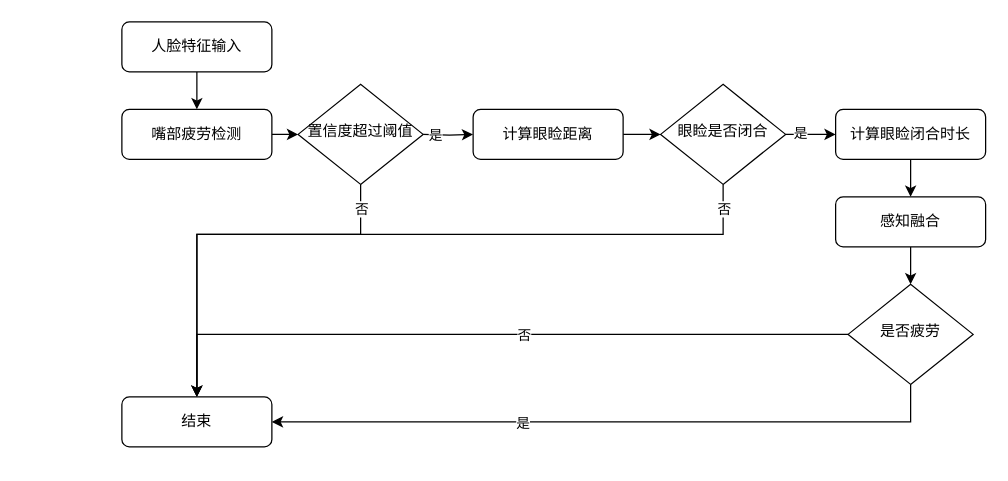
Earlier version of the draw.io diagram page "精神疲劳驾驶检测" (3 of 4) of 疲劳驾驶预警系统算法流程图.drawio (Flhawker/Flow). Source tidied: cells renumbered, new cells numbered last; positions are measured from the earlier drawing's top-left corner, leaving out a move shared by most shapes. Both pictures are drawn from the tidied source at 125%, with x=0, y=0 at pixel (121, 21).
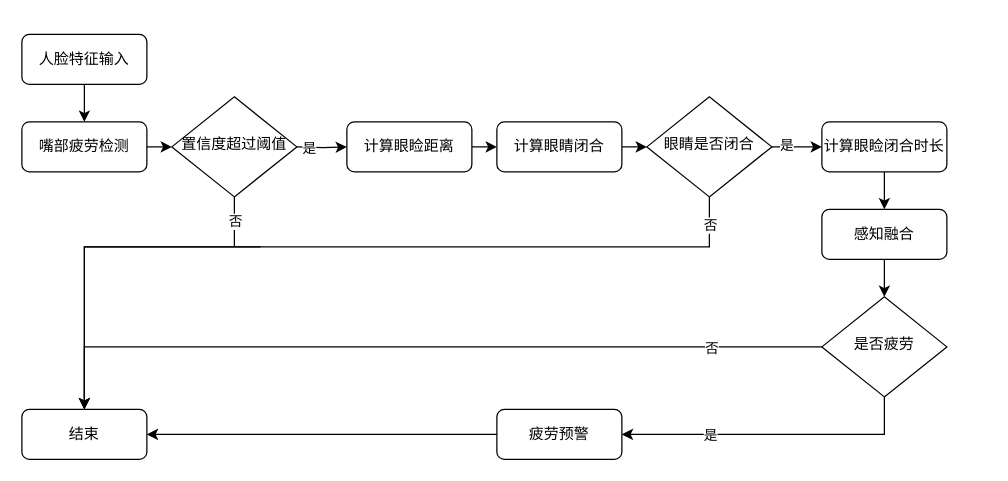
After the change.

What changed in the source:
```diff
@@
     <mxCell id="3" value="嘴部疲劳检测" style="rounded=1;whiteSpace=wrap;html=1;fontSize=12;glass=0;strokeWidth=1;shadow=0;verticalAlign=middle;horizontal=1;" parent="1" vertex="1">
-      <mxGeometry y="70" width="120" height="40" as="geometry" />
+      <mxGeometry x="-80" y="80" width="100" height="40" as="geometry" />
     </mxCell>
@@
     <mxCell id="5" value="人脸特征输入" style="rounded=1;whiteSpace=wrap;html=1;fontSize=12;glass=0;strokeWidth=1;shadow=0;" parent="1" vertex="1">
-      <mxGeometry width="120" height="40" as="geometry" />
+      <mxGeometry x="-80" y="10" width="100" height="40" as="geometry" />
     </mxCell>
     <mxCell id="6" value="结束" style="rounded=1;whiteSpace=wrap;html=1;fontSize=12;glass=0;strokeWidth=1;shadow=0;" parent="1" vertex="1">
-      <mxGeometry y="300" width="120" height="40" as="geometry" />
+      <mxGeometry x="-80" y="310" width="100" height="40" as="geometry" />
     </mxCell>
-    <mxCell id="7" style="edgeStyle=orthogonalEdgeStyle;rounded=0;jettySize=auto;html=1;exitX=1;exitY=0.5;exitDx=0;exitDy=0;entryX=1;entryY=0.5;entryDx=0;entryDy=0;" parent="1" edge="1" source="8" target="18">
+    <mxCell id="7" style="edgeStyle=orthogonalEdgeStyle;rounded=0;jettySize=auto;html=1;exitX=1;exitY=0.5;exitDx=0;exitDy=0;entryX=0;entryY=0.5;entryDx=0;entryDy=0;" parent="1" edge="1" source="8" target="31">
       <mxGeometry relative="1" as="geometry" />
     </mxCell>
     <mxCell id="8" value="计算眼睑距离" style="rounded=1;whiteSpace=wrap;html=1;fontSize=12;glass=0;strokeWidth=1;shadow=0;verticalAlign=middle;horizontal=1;" parent="1" vertex="1">
-      <mxGeometry x="281" y="70" width="120" height="40" as="geometry" />
+      <mxGeometry x="180" y="80" width="100" height="40" as="geometry" />
     </mxCell>
     <mxCell id="9" style="edgeStyle=orthogonalEdgeStyle;rounded=0;jettySize=auto;html=1;" parent="1" edge="1" target="8">
       <mxGeometry relative="1" as="geometry">
-        <mxPoint x="241" y="90" as="sourcePoint" />
+        <mxPoint x="140" y="100" as="sourcePoint" />
       </mxGeometry>
     </mxCell>
@@
     <mxCell id="11" style="edgeStyle=orthogonalEdgeStyle;rounded=0;jettySize=auto;html=1;exitX=0.5;exitY=0;exitDx=0;exitDy=0;entryX=0.5;entryY=0;entryDx=0;entryDy=0;" parent="1" edge="1" source="13" target="6">
       <mxGeometry relative="1" as="geometry">
         <Array as="points">
-          <mxPoint x="191" y="170" />
-          <mxPoint x="60" y="170" />
+          <mxPoint x="111" y="180" />
+          <mxPoint x="-20" y="180" />
         </Array>
       </mxGeometry>
     </mxCell>
@@
     <mxCell id="13" value="置信度超过阈值" style="rhombus;whiteSpace=wrap;html=1;shadow=0;fontFamily=Helvetica;fontSize=12;align=center;strokeWidth=1;spacing=6;spacingTop=-4;direction=west;" parent="1" vertex="1">
-      <mxGeometry x="141" y="50" width="100" height="80" as="geometry" />
+      <mxGeometry x="40" y="60" width="100" height="80" as="geometry" />
     </mxCell>
     <mxCell id="14" style="edgeStyle=orthogonalEdgeStyle;rounded=0;jettySize=auto;html=1;exitX=0.5;exitY=0;exitDx=0;exitDy=0;entryX=0.5;entryY=0;entryDx=0;entryDy=0;" parent="1" edge="1" source="18" target="6">
       <mxGeometry relative="1" as="geometry">
         <Array as="points">
-          <mxPoint x="481" y="170" />
-          <mxPoint x="60" y="170" />
+          <mxPoint x="470" y="180" />
+          <mxPoint x="-30" y="180" />
         </Array>
       </mxGeometry>
     </mxCell>
@@
-    <mxCell id="18" value="眼睑是否闭合" style="rhombus;whiteSpace=wrap;html=1;shadow=0;fontFamily=Helvetica;fontSize=12;align=center;strokeWidth=1;spacing=6;spacingTop=-4;direction=west;" parent="1" vertex="1">
-      <mxGeometry x="431" y="50" width="100" height="80" as="geometry" />
+    <mxCell id="18" value="眼睛是否闭合" style="rhombus;whiteSpace=wrap;html=1;shadow=0;fontFamily=Helvetica;fontSize=12;align=center;strokeWidth=1;spacing=6;spacingTop=-4;direction=west;" parent="1" vertex="1">
+      <mxGeometry x="420" y="60" width="100" height="80" as="geometry" />
     </mxCell>
@@
     <mxCell id="20" value="计算眼睑闭合时长" style="rounded=1;whiteSpace=wrap;html=1;fontSize=12;glass=0;strokeWidth=1;shadow=0;verticalAlign=middle;horizontal=1;" parent="1" vertex="1">
-      <mxGeometry x="571" y="70" width="120" height="40" as="geometry" />
+      <mxGeometry x="560" y="80" width="100" height="40" as="geometry" />
     </mxCell>
@@
     <mxCell id="22" value="感知融合" style="rounded=1;whiteSpace=wrap;html=1;fontSize=12;glass=0;strokeWidth=1;shadow=0;verticalAlign=middle;horizontal=1;" parent="1" vertex="1">
-      <mxGeometry x="571" y="140" width="120" height="40" as="geometry" />
+      <mxGeometry x="560" y="150" width="100" height="40" as="geometry" />
     </mxCell>
     <mxCell id="23" style="edgeStyle=orthogonalEdgeStyle;rounded=0;jettySize=auto;html=1;exitX=1;exitY=0.5;exitDx=0;exitDy=0;entryX=0.5;entryY=0;entryDx=0;entryDy=0;" parent="1" edge="1" source="27" target="6">
       <mxGeometry relative="1" as="geometry">
         <Array as="points">
-          <mxPoint x="60" y="250" />
+          <mxPoint x="-30" y="260" />
         </Array>
       </mxGeometry>
     </mxCell>
     <mxCell id="24" value="否" style="edgeLabel;html=1;align=center;verticalAlign=middle;" parent="23" vertex="1">
       <mxGeometry x="-0.8" y="3" relative="1" as="geometry">
-        <mxPoint x="-203" y="-3" as="offset" />
+        <mxPoint x="-25" y="-3" as="offset" />
       </mxGeometry>
     </mxCell>
-    <mxCell id="25" style="edgeStyle=orthogonalEdgeStyle;rounded=0;jettySize=auto;html=1;exitX=0.5;exitY=0;exitDx=0;exitDy=0;entryX=1;entryY=0.5;entryDx=0;entryDy=0;" parent="1" edge="1" source="27" target="6">
+    <mxCell id="25" style="edgeStyle=orthogonalEdgeStyle;rounded=0;jettySize=auto;html=1;exitX=0.5;exitY=0;exitDx=0;exitDy=0;entryX=1;entryY=0.5;entryDx=0;entryDy=0;" parent="1" edge="1" source="27" target="29">
       <mxGeometry relative="1" as="geometry" />
     </mxCell>
     <mxCell id="26" value="是" style="edgeLabel;html=1;align=center;verticalAlign=middle;" parent="25" vertex="1">
       <mxGeometry x="-0.15" y="1" relative="1" as="geometry">
-        <mxPoint x="-111" y="-1" as="offset" />
+        <mxPoint x="-68" y="-1" as="offset" />
       </mxGeometry>
     </mxCell>
     <mxCell id="27" value="是否疲劳" style="rhombus;whiteSpace=wrap;html=1;shadow=0;fontFamily=Helvetica;fontSize=12;align=center;strokeWidth=1;spacing=6;spacingTop=-4;direction=west;" parent="1" vertex="1">
-      <mxGeometry x="581" y="210" width="100" height="80" as="geometry" />
+      <mxGeometry x="560" y="220" width="100" height="80" as="geometry" />
     </mxCell>
+    <mxCell id="28" style="edgeStyle=orthogonalEdgeStyle;rounded=0;jettySize=auto;html=1;exitX=0;exitY=0.5;exitDx=0;exitDy=0;entryX=1;entryY=0.5;entryDx=0;entryDy=0;" parent="1" edge="1" source="29" target="6">
+      <mxGeometry relative="1" as="geometry" />
+    </mxCell>
+    <mxCell id="29" value="疲劳预警" style="rounded=1;whiteSpace=wrap;html=1;fontSize=12;glass=0;strokeWidth=1;shadow=0;verticalAlign=middle;horizontal=1;" parent="1" vertex="1">
+      <mxGeometry x="300" y="310" width="100" height="40" as="geometry" />
+    </mxCell>
+    <mxCell id="30" style="edgeStyle=orthogonalEdgeStyle;rounded=0;jettySize=auto;html=1;exitX=1;exitY=0.5;exitDx=0;exitDy=0;entryX=1;entryY=0.5;entryDx=0;entryDy=0;" parent="1" edge="1" source="31" target="18">
+      <mxGeometry relative="1" as="geometry" />
+    </mxCell>
+    <mxCell id="31" value="计算眼睛闭合" style="rounded=1;whiteSpace=wrap;html=1;fontSize=12;glass=0;strokeWidth=1;shadow=0;verticalAlign=middle;horizontal=1;" parent="1" vertex="1">
+      <mxGeometry x="300" y="80" width="100" height="40" as="geometry" />
+    </mxCell>
```
